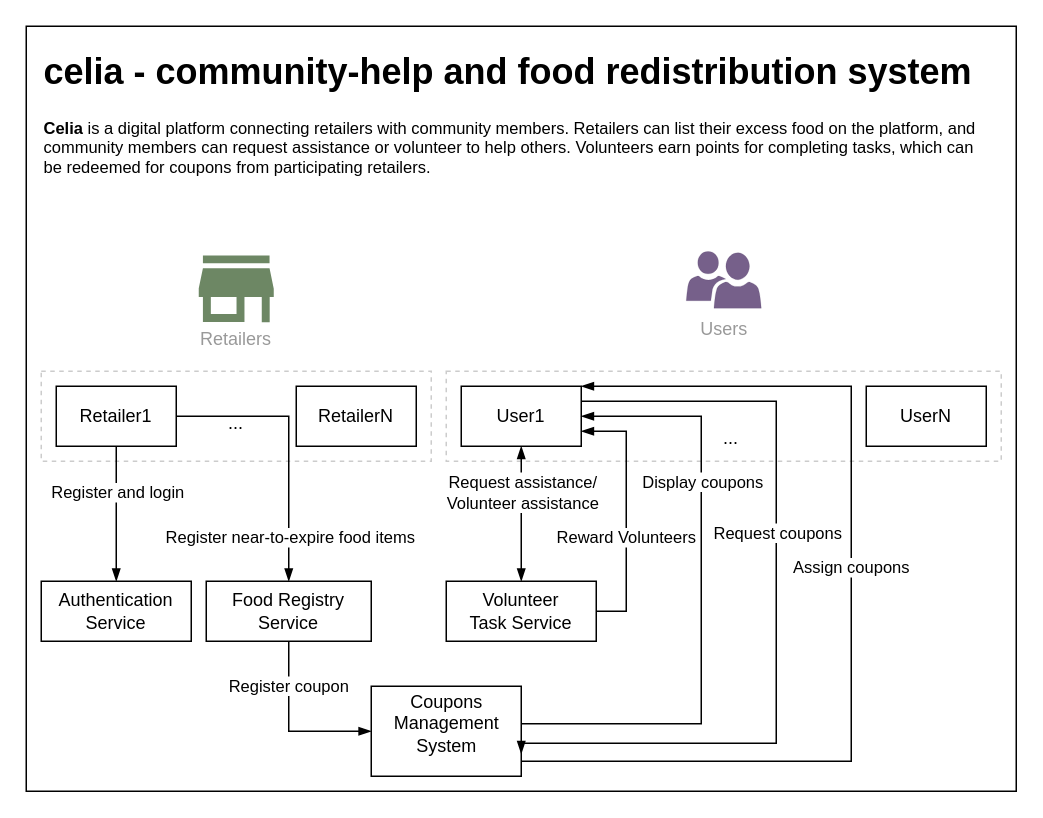
Before: page "Page-2" (2 of 2) of Untitled Diagram.drawio in HarshvardhanThosar/msc-project-resources, a draw.io diagram. Source tidied: cells renumbered, new cells numbered last; positions are measured from the earlier drawing's top-left corner, leaving out a move shared by most shapes. Both pictures are drawn from the tidied source at 150%, with x=0, y=0 at pixel (26, 26).
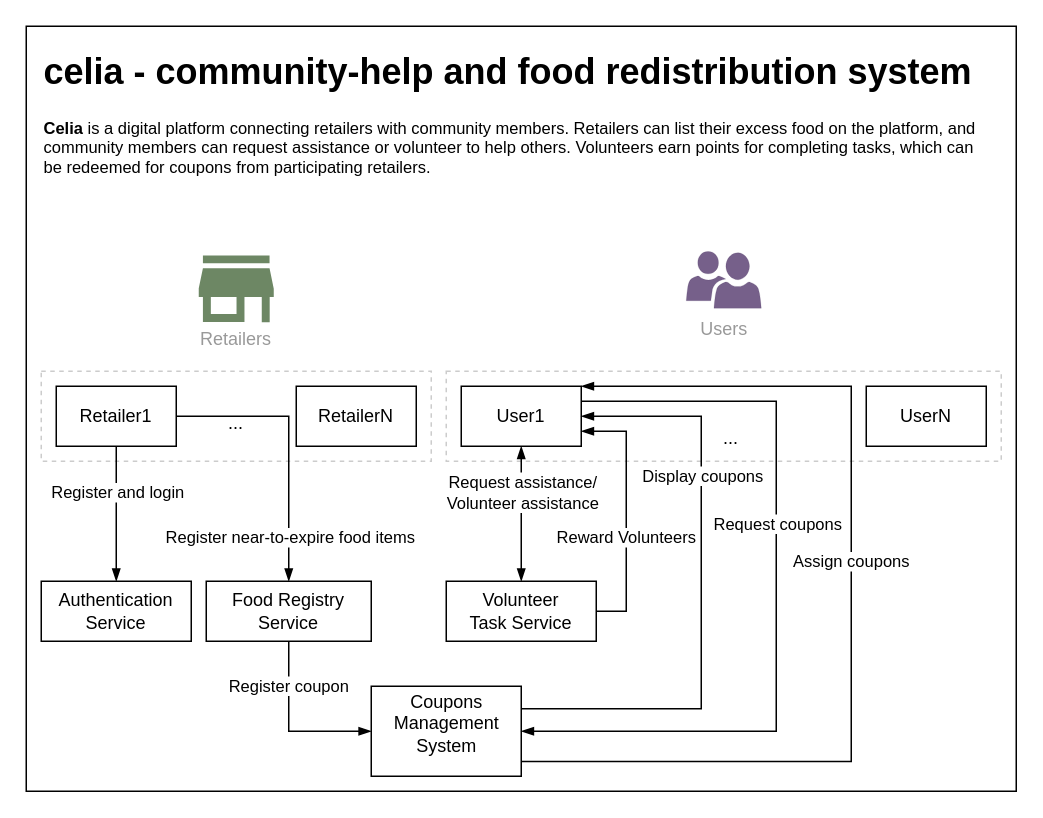
The same diagram, later.

Commit message:
Updated system design

Unchanged cells that the change refers to:
```xml
<mxCell id="30" style="rounded=0;whiteSpace=wrap;html=1;" parent="1" vertex="1">
  <mxGeometry x="290" y="240" width="80" height="40" as="geometry" />
</mxCell>
<mxCell id="40" style="rounded=0;whiteSpace=wrap;html=1;" parent="1" vertex="1">
  <mxGeometry x="230" y="440" width="100" height="60" as="geometry" />
</mxCell>
```

Change to the diagram source:
```diff
@@
-    <mxCell id="28" style="edgeStyle=orthogonalEdgeStyle;rounded=0;jettySize=auto;html=1;exitX=1;exitY=0;exitDx=0;exitDy=0;entryX=1;entryY=1;entryDx=0;entryDy=0;startArrow=blockThin;startFill=1;endArrow=none;endFill=0;" parent="1" edge="1" source="30" target="40">
+    <mxCell id="28" style="edgeStyle=orthogonalEdgeStyle;rounded=0;jettySize=auto;html=1;exitX=1;exitY=0;exitDx=0;exitDy=0;entryX=0.998;entryY=0.835;entryDx=0;entryDy=0;startArrow=blockThin;startFill=1;endArrow=none;endFill=0;entryPerimeter=0;" parent="1" edge="1" source="30" target="40">
       <mxGeometry relative="1" as="geometry">
         <Array as="points">
           <mxPoint x="550" y="240" />
           <mxPoint x="550" y="490" />
         </Array>
       </mxGeometry>
     </mxCell>
@@
-    <mxCell id="38" style="edgeStyle=orthogonalEdgeStyle;rounded=0;jettySize=auto;html=1;exitX=1;exitY=0.5;exitDx=0;exitDy=0;entryX=1;entryY=0.5;entryDx=0;entryDy=0;endArrow=blockThin;endFill=1;" parent="1" edge="1" source="40" target="30">
+    <mxCell id="38" style="edgeStyle=orthogonalEdgeStyle;rounded=0;jettySize=auto;html=1;exitX=1;exitY=0.25;exitDx=0;exitDy=0;entryX=1;entryY=0.5;entryDx=0;entryDy=0;endArrow=blockThin;endFill=1;" parent="1" edge="1" source="40" target="30">
       <mxGeometry relative="1" as="geometry">
         <Array as="points">
-          <mxPoint x="450" y="465" />
+          <mxPoint x="450" y="455" />
           <mxPoint x="450" y="260" />
         </Array>
       </mxGeometry>
     </mxCell>
     <mxCell id="39" value="Display coupons" style="edgeLabel;html=1;align=center;verticalAlign=middle;" parent="38" vertex="1">
       <mxGeometry x="-0.18" y="-1" relative="1" as="geometry">
-        <mxPoint x="-1" y="-119" as="offset" />
+        <mxPoint x="-1" y="-114" as="offset" />
       </mxGeometry>
     </mxCell>
@@
-    <mxCell id="42" style="edgeStyle=orthogonalEdgeStyle;rounded=0;jettySize=auto;html=1;exitX=1;exitY=0.25;exitDx=0;exitDy=0;entryX=1;entryY=0.75;entryDx=0;entryDy=0;endArrow=blockThin;endFill=1;" parent="1" edge="1" source="30" target="40">
+    <mxCell id="42" style="edgeStyle=orthogonalEdgeStyle;rounded=0;jettySize=auto;html=1;exitX=1;exitY=0.25;exitDx=0;exitDy=0;endArrow=blockThin;endFill=1;" parent="1" edge="1" source="30">
       <mxGeometry relative="1" as="geometry">
+        <mxPoint x="330" y="470" as="targetPoint" />
         <Array as="points">
           <mxPoint x="500" y="250" />
-          <mxPoint x="500" y="478" />
+          <mxPoint x="500" y="470" />
+          <mxPoint x="330" y="470" />
         </Array>
       </mxGeometry>
     </mxCell>
```
